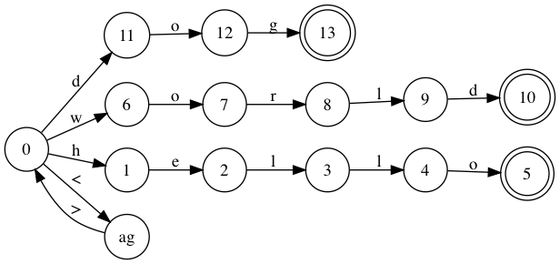
Earlier version of the Graphviz export determinante.png (GdeAchaval/automaton). Its source is kept beside it as determinante.dot.
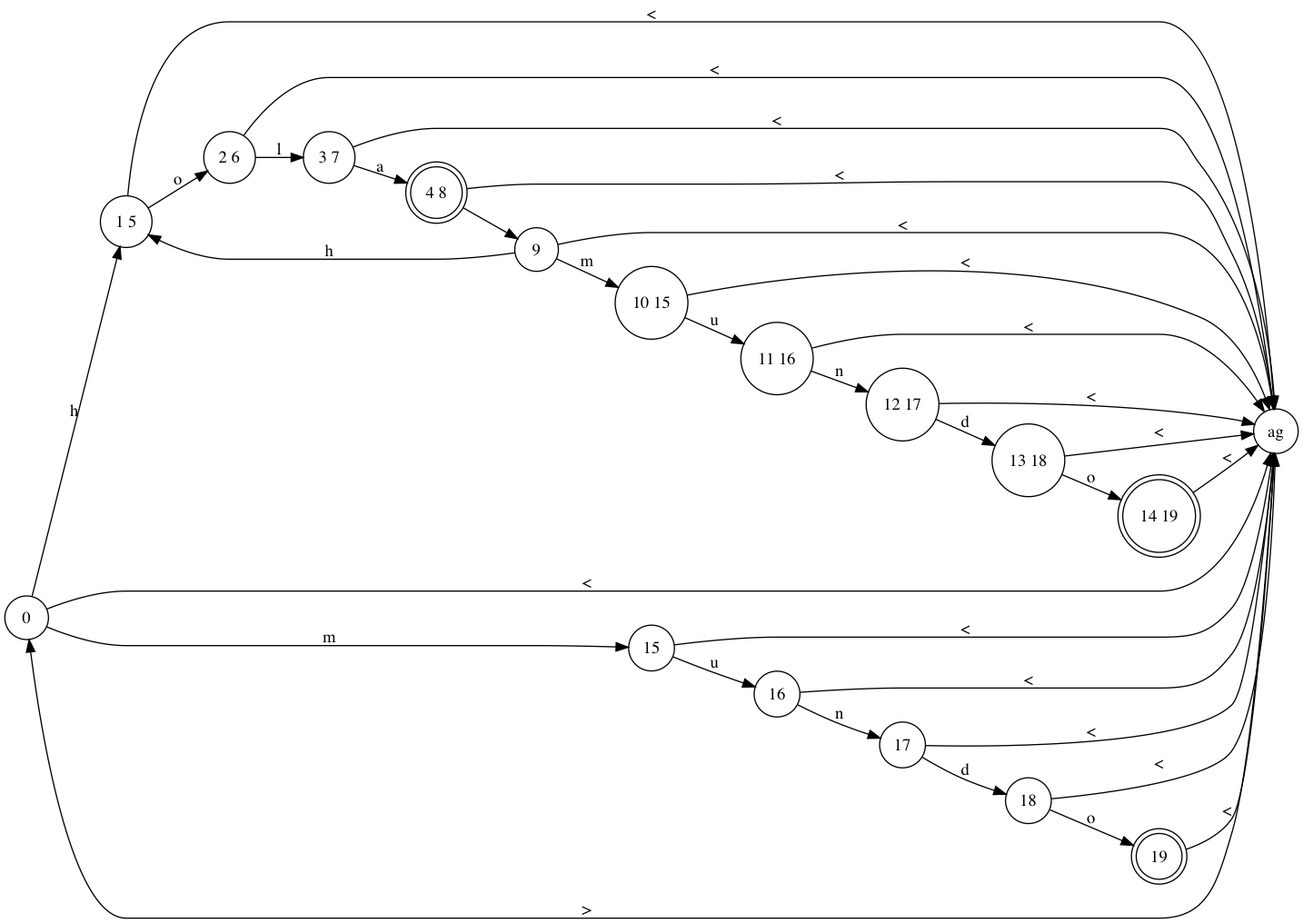
Above is the later version.

The edit, as a diff of the source:
```diff
@@ -1,34 +1,54 @@
 digraph {
 rankdir = "LR";
 node [shape=circle] Node_0[label="0"];
-node [shape=circle] Node_11[label="11"];
-node [shape=circle] Node_6[label="6"];
-node [shape=circle] Node_1[label="1"];
+node [shape=circle] Node_1_5[label="1 5"];
 node [shape=circle] Nodetag[label="ag"];
-node [shape=circle] Node_12[label="12"];
-node [shape=circle] Node_7[label="7"];
-node [shape=circle] Node_2[label="2"];
-node [shape=doublecircle] Node_13[label="13"];
-node [shape=circle] Node_8[label="8"];
-node [shape=circle] Node_3[label="3"];
+node [shape=circle] Node_15[label="15"];
+node [shape=circle] Node_2_6[label="2 6"];
+node [shape=circle] Node_16[label="16"];
+node [shape=circle] Node_3_7[label="3 7"];
+node [shape=circle] Node_17[label="17"];
+node [shape=doublecircle] Node_4_8[label="4 8"];
+node [shape=circle] Node_18[label="18"];
 node [shape=circle] Node_9[label="9"];
-node [shape=circle] Node_4[label="4"];
-node [shape=doublecircle] Node_10[label="10"];
-node [shape=doublecircle] Node_5[label="5"];
+node [shape=doublecircle] Node_19[label="19"];
+node [shape=circle] Node_10_15[label="10 15"];
+node [shape=circle] Node_11_16[label="11 16"];
+node [shape=circle] Node_12_17[label="12 17"];
+node [shape=circle] Node_13_18[label="13 18"];
+node [shape=doublecircle] Node_14_19[label="14 19"];
 
-Node_0 -> Node_11 [label="d"];
-Node_0 -> Node_6 [label="w"];
-Node_0 -> Node_1 [label="h"];
+Node_0 -> Node_1_5 [label="h"];
 Node_0 -> Nodetag [label="<"];
-Node_11 -> Node_12 [label="o"];
-Node_6 -> Node_7 [label="o"];
-Node_1 -> Node_2 [label="e"];
+Node_0 -> Node_15 [label="m"];
+Node_1_5 -> Nodetag [label="<"];
+Node_1_5 -> Node_2_6 [label="o"];
 Nodetag -> Node_0 [label=">"];
-Node_12 -> Node_13 [label="g"];
-Node_7 -> Node_8 [label="r"];
-Node_2 -> Node_3 [label="l"];
-Node_8 -> Node_9 [label="l"];
-Node_3 -> Node_4 [label="l"];
-Node_9 -> Node_10 [label="d"];
-Node_4 -> Node_5 [label="o"];
+Node_15 -> Node_16 [label="u"];
+Node_15 -> Nodetag [label="<"];
+Node_2_6 -> Nodetag [label="<"];
+Node_2_6 -> Node_3_7 [label="l"];
+Node_16 -> Nodetag [label="<"];
+Node_16 -> Node_17 [label="n"];
+Node_3_7 -> Node_4_8 [label="a"];
+Node_3_7 -> Nodetag [label="<"];
+Node_17 -> Node_18 [label="d"];
+Node_17 -> Nodetag [label="<"];
+Node_4_8 -> Node_9 [label=" "];
+Node_4_8 -> Nodetag [label="<"];
+Node_18 -> Nodetag [label="<"];
+Node_18 -> Node_19 [label="o"];
+Node_9 -> Node_1_5 [label="h"];
+Node_9 -> Nodetag [label="<"];
+Node_9 -> Node_10_15 [label="m"];
+Node_19 -> Nodetag [label="<"];
+Node_10_15 -> Node_11_16 [label="u"];
+Node_10_15 -> Nodetag [label="<"];
+Node_11_16 -> Nodetag [label="<"];
+Node_11_16 -> Node_12_17 [label="n"];
+Node_12_17 -> Node_13_18 [label="d"];
+Node_12_17 -> Nodetag [label="<"];
+Node_13_18 -> Nodetag [label="<"];
+Node_13_18 -> Node_14_19 [label="o"];
+Node_14_19 -> Nodetag [label="<"];
 }
```
